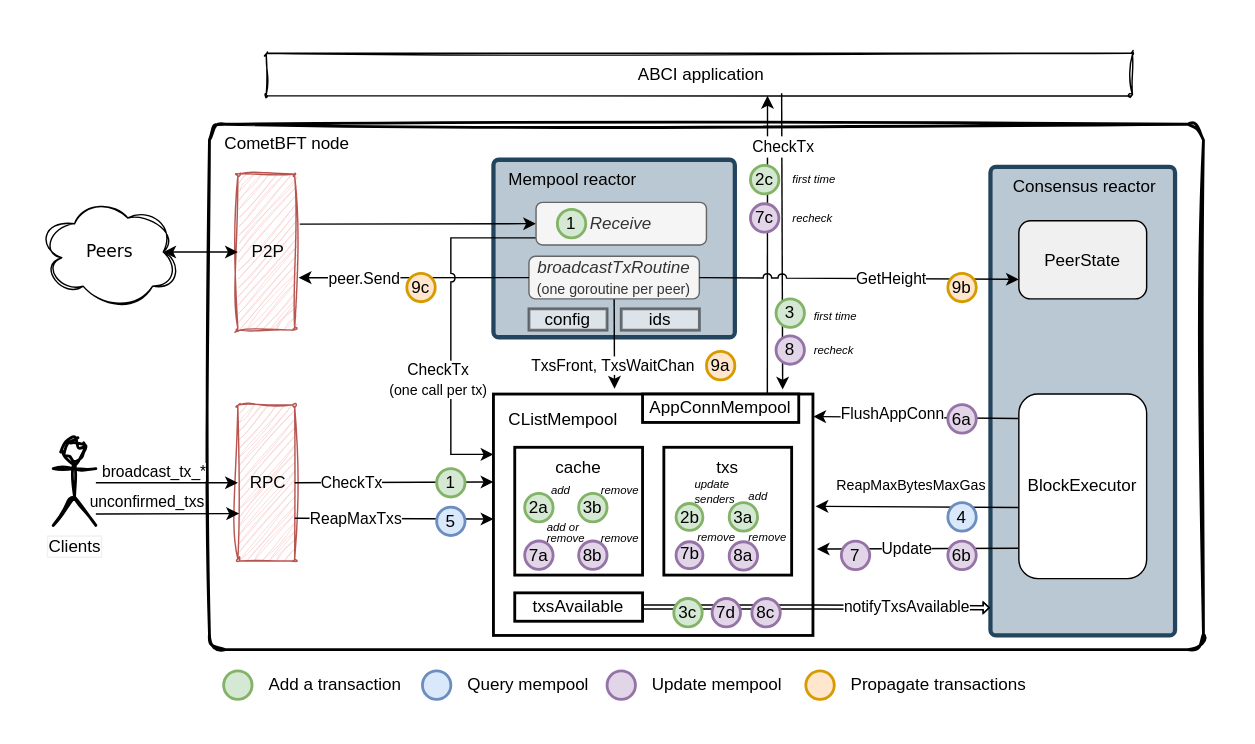
cometbft/knowledge-base keeps this draw.io diagram as page "reactor" (1 of 3) of protocols/mempool/v0/mempool-v0.drawio. Above is the earlier version. Source tidied: cells renumbered, new cells numbered last; positions are measured from the earlier drawing's top-left corner, leaving out a move shared by most shapes. Both pictures are drawn from the tidied source at 142%, with x=0, y=0 at pixel (24, 24).
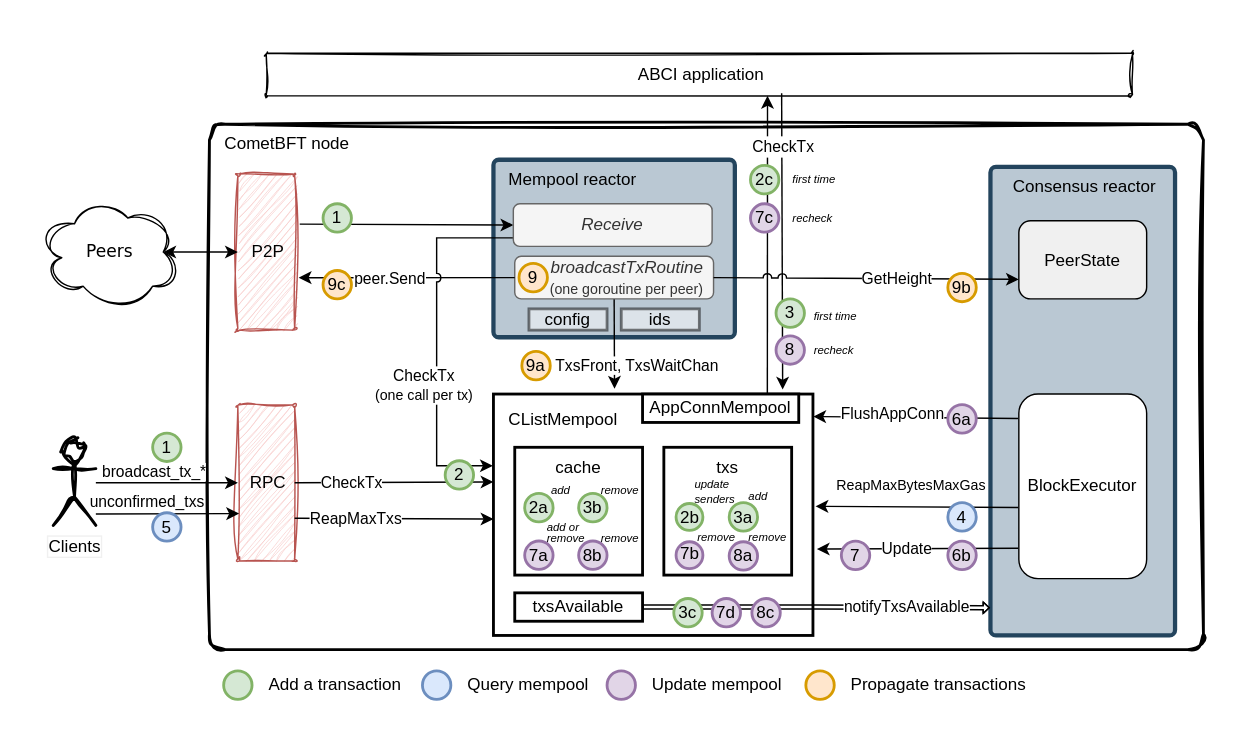
Above is the later version.

The change refers to these unchanged cells:
```xml
<mxCell id="13" style="rounded=0;jettySize=auto;html=1;exitX=0.5;exitY=1;exitDx=0;exitDy=0;entryX=0.379;entryY=-0.022;entryDx=0;entryDy=0;entryPerimeter=0;" parent="1" edge="1" source="15" target="27">
  <mxGeometry relative="1" as="geometry" />
</mxCell>
<mxCell id="16" style="rounded=0;jettySize=auto;html=1;fontSize=12;entryX=1.071;entryY=0.664;entryDx=0;entryDy=0;entryPerimeter=0;" parent="1" edge="1" source="15" target="9">
  <mxGeometry relative="1" as="geometry" />
</mxCell>
<mxCell id="27" value="CListMempool" style="rounded=0;whiteSpace=wrap;html=1;strokeWidth=2;fontSize=12;verticalAlign=top;align=left;spacingTop=0;spacing=6;spacingLeft=5;fillColor=none;" parent="1" vertex="1">
  <mxGeometry x="330" y="260" width="225" height="170" as="geometry" />
</mxCell>
```

What changed in the source:
```diff
@@
     <mxCell id="14" value="TxsFront, TxsWaitChan" style="edgeLabel;html=1;align=center;verticalAlign=middle;" parent="13" vertex="1">
       <mxGeometry x="-0.06" y="-2" relative="1" as="geometry">
-        <mxPoint y="16" as="offset" />
+        <mxPoint x="17" y="16" as="offset" />
       </mxGeometry>
     </mxCell>
-    <mxCell id="15" value="&lt;i&gt;broadcastTxRoutine&lt;br&gt;&lt;/i&gt;&lt;font style=&quot;font-size: 10px;&quot;&gt;(one goroutine per peer)&lt;/font&gt;" style="rounded=1;whiteSpace=wrap;html=1;strokeWidth=1;fontSize=12;perimeterSpacing=0;fillColor=#f5f5f5;fontColor=#333333;strokeColor=#666666;" parent="1" vertex="1">
-      <mxGeometry x="355" y="163" width="120" height="30" as="geometry" />
+    <mxCell id="15" value="&lt;i&gt;broadcastTxRoutine&lt;br&gt;&lt;/i&gt;&lt;font style=&quot;font-size: 10px;&quot;&gt;(one goroutine per peer)&lt;/font&gt;" style="rounded=1;whiteSpace=wrap;html=1;strokeWidth=1;fontSize=12;perimeterSpacing=0;fillColor=#f5f5f5;fontColor=#333333;strokeColor=#666666;align=right;spacingLeft=0;spacingRight=5;" parent="1" vertex="1">
+      <mxGeometry x="345" y="163" width="140" height="30" as="geometry" />
     </mxCell>
@@
     <mxCell id="17" value="peer.Send" style="edgeLabel;html=1;align=center;verticalAlign=middle;" parent="16" vertex="1">
       <mxGeometry x="0.31" y="-2" relative="1" as="geometry">
-        <mxPoint x="-10" y="2" as="offset" />
+        <mxPoint x="12" y="2" as="offset" />
       </mxGeometry>
     </mxCell>
@@
     <mxCell id="21" value="9c" style="ellipse;whiteSpace=wrap;html=1;sketch=0;strokeWidth=2;fontSize=12;fillColor=#ffe6cc;strokeColor=#d79b00;fontStyle=0;fontColor=#000000;" parent="1" vertex="1">
-      <mxGeometry x="269" y="175" width="20" height="20" as="geometry" />
+      <mxGeometry x="210" y="173" width="20" height="20" as="geometry" />
     </mxCell>
@@
-    <mxCell id="23" style="edgeStyle=orthogonalEdgeStyle;rounded=0;jettySize=auto;html=1;exitX=-0.001;exitY=0.834;exitDx=0;exitDy=0;entryX=0;entryY=0.25;entryDx=0;entryDy=0;exitPerimeter=0;jumpStyle=arc;" parent="1" edge="1" source="25" target="27">
+    <mxCell id="23" style="edgeStyle=orthogonalEdgeStyle;rounded=0;jettySize=auto;html=1;exitX=-0.001;exitY=0.834;exitDx=0;exitDy=0;entryX=-0.002;entryY=0.297;entryDx=0;entryDy=0;exitPerimeter=0;jumpStyle=arc;entryPerimeter=0;" parent="1" edge="1" source="25" target="27">
       <mxGeometry relative="1" as="geometry">
         <Array as="points">
-          <mxPoint x="300" y="150" />
-          <mxPoint x="300" y="303" />
-          <mxPoint x="330" y="303" />
+          <mxPoint x="355" y="150" />
+          <mxPoint x="290" y="150" />
+          <mxPoint x="290" y="311" />
         </Array>
       </mxGeometry>
     </mxCell>
@@
     <mxCell id="25" value="&lt;i&gt;Receive&lt;/i&gt;" style="rounded=1;whiteSpace=wrap;html=1;strokeWidth=1;fontSize=12;perimeterSpacing=0;fillColor=#f5f5f5;fontColor=#333333;strokeColor=#666666;" parent="1" vertex="1">
-      <mxGeometry x="360" y="125" width="120" height="30" as="geometry" />
+      <mxGeometry x="344" y="126" width="140" height="30" as="geometry" />
     </mxCell>
     <mxCell id="26" value="1" style="ellipse;whiteSpace=wrap;html=1;sketch=0;strokeWidth=2;fontSize=12;fillColor=#d5e8d4;strokeColor=#82b366;fontStyle=0;fontColor=#000000;" parent="1" vertex="1">
-      <mxGeometry x="375" y="130" width="20" height="20" as="geometry" />
+      <mxGeometry x="210" y="126" width="20" height="20" as="geometry" />
     </mxCell>
@@
     <mxCell id="40" style="group;" parent="1" vertex="1">
-      <mxGeometry x="290" y="312.5" width="20" height="20" as="geometry" />
+      <mxGeometry x="90" y="287.5" width="20" height="20" as="geometry" />
     </mxCell>
@@
     <mxCell id="42" style="group;" parent="1" vertex="1">
-      <mxGeometry x="290" y="339.6" width="20" height="20" as="geometry" />
+      <mxGeometry x="90" y="343.6" width="20" height="20" as="geometry" />
     </mxCell>
@@
     <mxCell id="71" value="9a" style="ellipse;whiteSpace=wrap;html=1;sketch=0;strokeWidth=2;fontSize=12;fillColor=#ffe6cc;strokeColor=#d79b00;fontStyle=0;fontColor=#000000;" parent="1" vertex="1">
-      <mxGeometry x="480" y="230" width="20" height="20" as="geometry" />
+      <mxGeometry x="350" y="230" width="20" height="20" as="geometry" />
     </mxCell>
@@
+    <mxCell id="100" value="2" style="ellipse;whiteSpace=wrap;html=1;sketch=0;strokeWidth=2;fontSize=12;fillColor=#d5e8d4;strokeColor=#82b366;fontStyle=0;fontColor=#000000;" parent="1" vertex="1">
+      <mxGeometry x="296" y="307" width="20" height="20" as="geometry" />
+    </mxCell>
+    <mxCell id="101" value="9" style="ellipse;whiteSpace=wrap;html=1;sketch=0;strokeWidth=2;fontSize=12;fillColor=#ffe6cc;strokeColor=#d79b00;fontStyle=0;fontColor=#000000;" parent="1" vertex="1">
+      <mxGeometry x="348" y="168" width="20" height="20" as="geometry" />
+    </mxCell>
```
